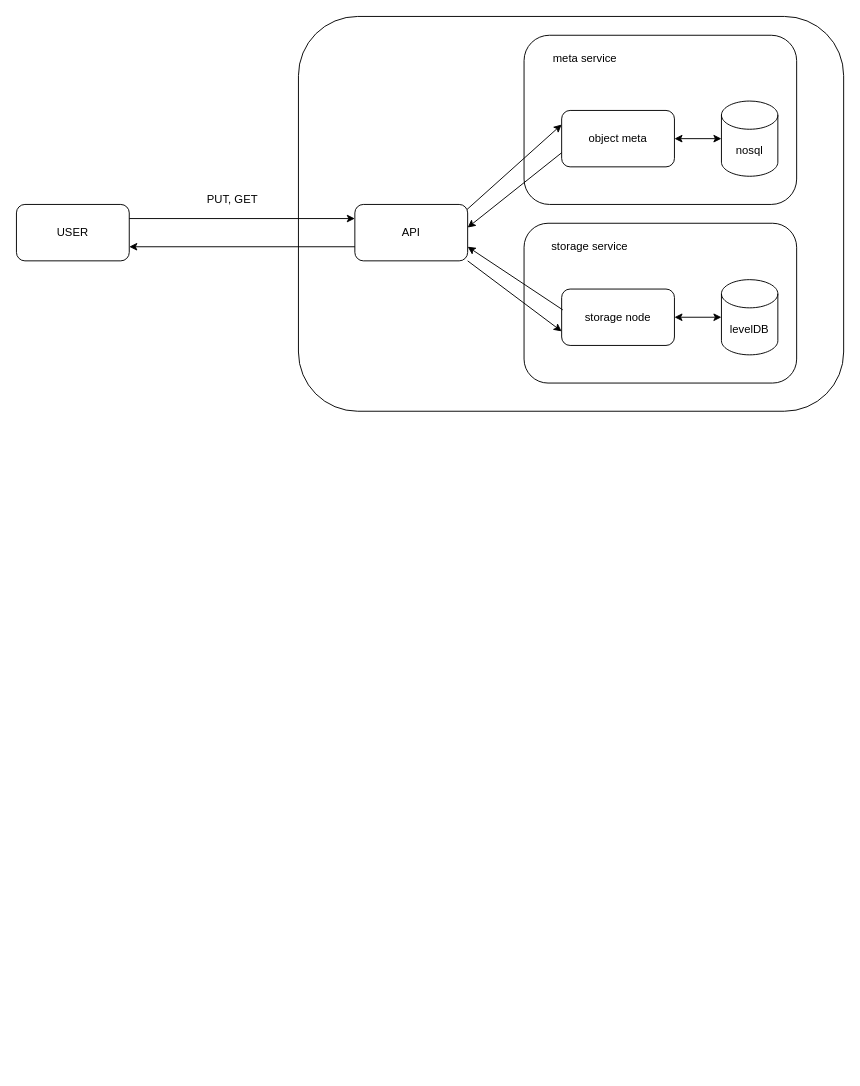
This is page "architecture_v1" (1 of 2) of doc/doc.drawio from ISSuh/sos, a draw.io file, before an edit. Source tidied: cells renumbered, new cells numbered last; positions are measured from the earlier drawing's top-left corner, leaving out a move shared by most shapes. Both pictures are drawn from the tidied source at 94%, with x=0, y=0 at pixel (16, 16).
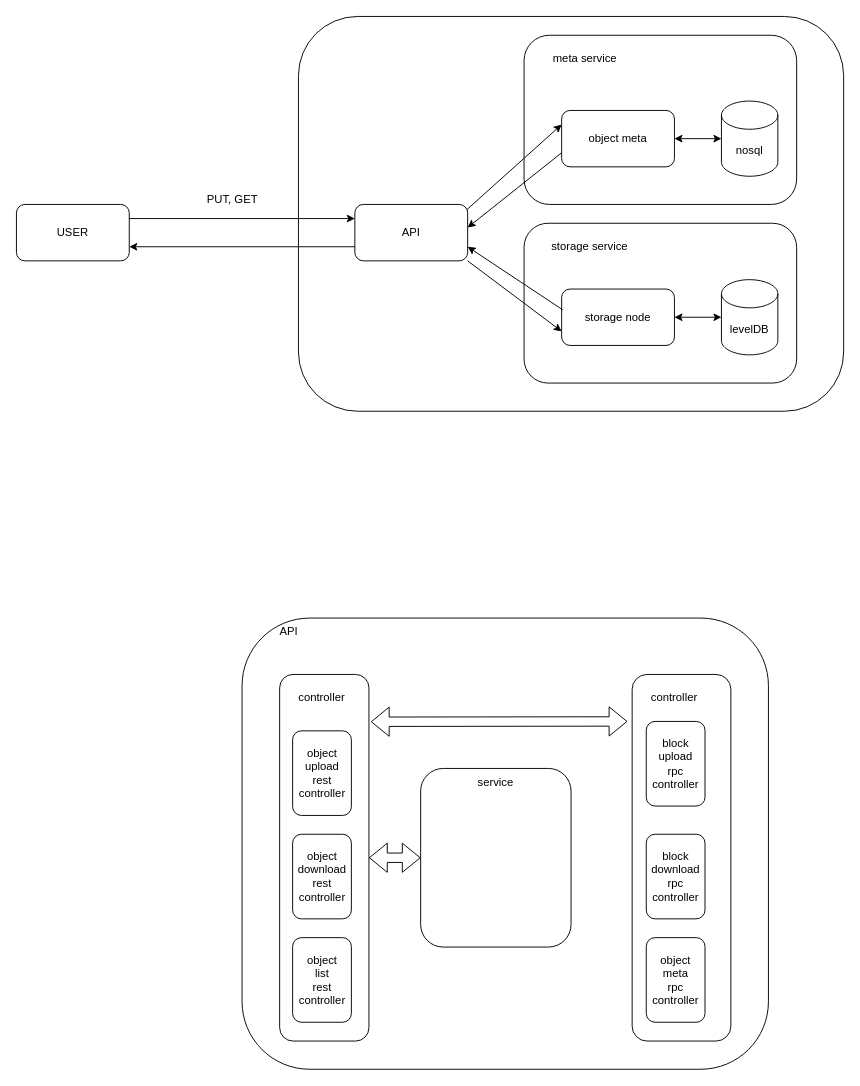
The same diagram, later.

What changed in the source:
```diff
@@
+    <mxCell id="22" style="rounded=1;whiteSpace=wrap;html=1;" parent="1" vertex="1">
+      <mxGeometry x="240" y="640" width="560" height="480" as="geometry" />
+    </mxCell>
+    <mxCell id="23" style="rounded=1;whiteSpace=wrap;html=1;" parent="1" vertex="1">
+      <mxGeometry x="280" y="700" width="95" height="390" as="geometry" />
+    </mxCell>
+    <mxCell id="24" style="rounded=1;whiteSpace=wrap;html=1;" parent="1" vertex="1">
+      <mxGeometry x="655" y="700" width="105" height="390" as="geometry" />
+    </mxCell>
+    <mxCell id="25" style="rounded=1;whiteSpace=wrap;html=1;" parent="1" vertex="1">
+      <mxGeometry x="430" y="800" width="160" height="190" as="geometry" />
+    </mxCell>
+    <mxCell id="26" value="API" style="text;html=1;strokeColor=none;fillColor=none;align=center;verticalAlign=middle;whiteSpace=wrap;rounded=0;" parent="1" vertex="1">
+      <mxGeometry x="240" y="640" width="100" height="30" as="geometry" />
+    </mxCell>
+    <mxCell id="27" value="controller" style="text;html=1;strokeColor=none;fillColor=none;align=center;verticalAlign=middle;whiteSpace=wrap;rounded=0;" parent="1" vertex="1">
+      <mxGeometry x="275" y="710" width="100" height="30" as="geometry" />
+    </mxCell>
+    <mxCell id="28" value="controller" style="text;html=1;strokeColor=none;fillColor=none;align=center;verticalAlign=middle;whiteSpace=wrap;rounded=0;" parent="1" vertex="1">
+      <mxGeometry x="650" y="710" width="100" height="30" as="geometry" />
+    </mxCell>
+    <mxCell id="29" value="service" style="text;html=1;strokeColor=none;fillColor=none;align=center;verticalAlign=middle;whiteSpace=wrap;rounded=0;" parent="1" vertex="1">
+      <mxGeometry x="460" y="800" width="100" height="30" as="geometry" />
+    </mxCell>
+    <mxCell id="30" style="shape=flexArrow;endArrow=classic;startArrow=classic;html=1;" parent="1" edge="1" source="23" target="25">
+      <mxGeometry relative="1" as="geometry" />
+    </mxCell>
+    <mxCell id="31" value="object upload &lt;br&gt;rest controller" style="rounded=1;whiteSpace=wrap;html=1;" parent="1" vertex="1">
+      <mxGeometry x="293.8" y="760" width="62.5" height="90" as="geometry" />
+    </mxCell>
+    <mxCell id="32" value="object&lt;br&gt;download&lt;br&gt;rest controller" style="rounded=1;whiteSpace=wrap;html=1;" parent="1" vertex="1">
+      <mxGeometry x="293.8" y="870" width="62.5" height="90" as="geometry" />
+    </mxCell>
+    <mxCell id="33" value="object&lt;br&gt;list&lt;br&gt;rest controller" style="rounded=1;whiteSpace=wrap;html=1;" parent="1" vertex="1">
+      <mxGeometry x="293.8" y="980" width="62.5" height="90" as="geometry" />
+    </mxCell>
+    <mxCell id="34" value="block upload &lt;br&gt;rpc controller" style="rounded=1;whiteSpace=wrap;html=1;" parent="1" vertex="1">
+      <mxGeometry x="670" y="750" width="62.5" height="90" as="geometry" />
+    </mxCell>
+    <mxCell id="35" style="shape=flexArrow;endArrow=classic;startArrow=classic;html=1;exitX=1.021;exitY=0.129;exitDx=0;exitDy=0;exitPerimeter=0;" parent="1" edge="1" source="23">
+      <mxGeometry relative="1" as="geometry">
+        <mxPoint x="650" y="750" as="targetPoint" />
+      </mxGeometry>
+    </mxCell>
+    <mxCell id="36" value="block&lt;br&gt;download&lt;br&gt;rpc controller" style="rounded=1;whiteSpace=wrap;html=1;" parent="1" vertex="1">
+      <mxGeometry x="670" y="870" width="62.5" height="90" as="geometry" />
+    </mxCell>
+    <mxCell id="37" value="object meta&lt;br&gt;rpc&lt;br&gt;controller" style="rounded=1;whiteSpace=wrap;html=1;" parent="1" vertex="1">
+      <mxGeometry x="670" y="980" width="62.5" height="90" as="geometry" />
+    </mxCell>
```
